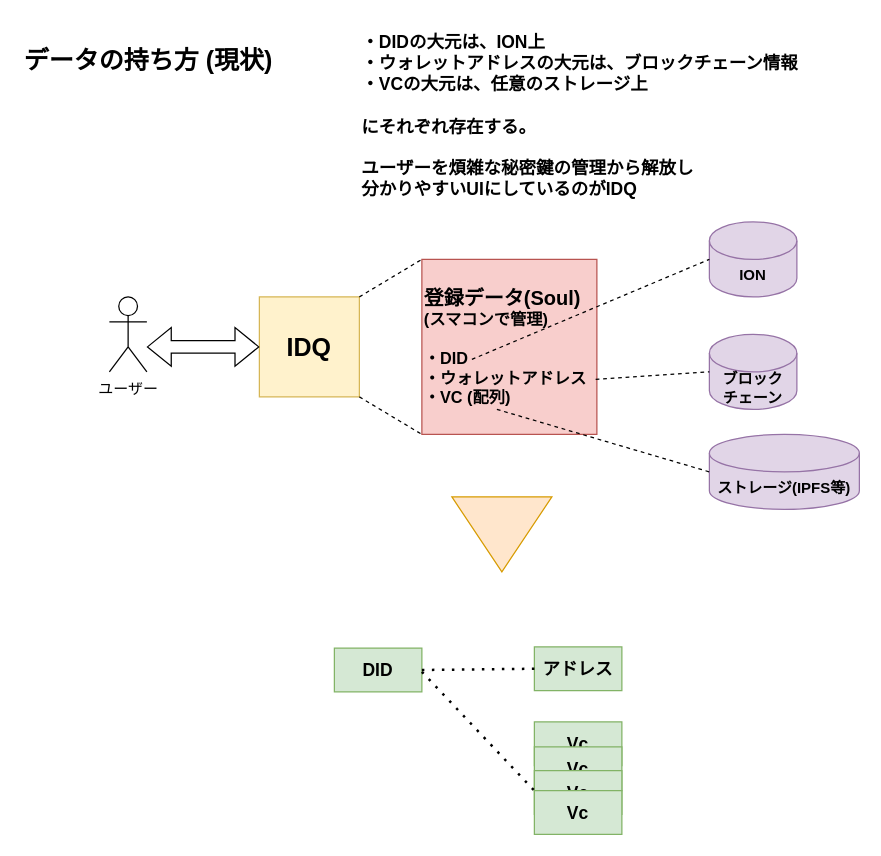
This is page "データの持ち方" (4 of 6) of assets/Web3Wallet.drawio from mashharuki/Web3Wallet, a draw.io file, before an edit. Source tidied: cells renumbered, new cells numbered last; positions are measured from the earlier drawing's top-left corner, leaving out a move shared by most shapes. Both pictures are drawn from the tidied source at 125%, with x=0, y=0 at pixel (21, 21).
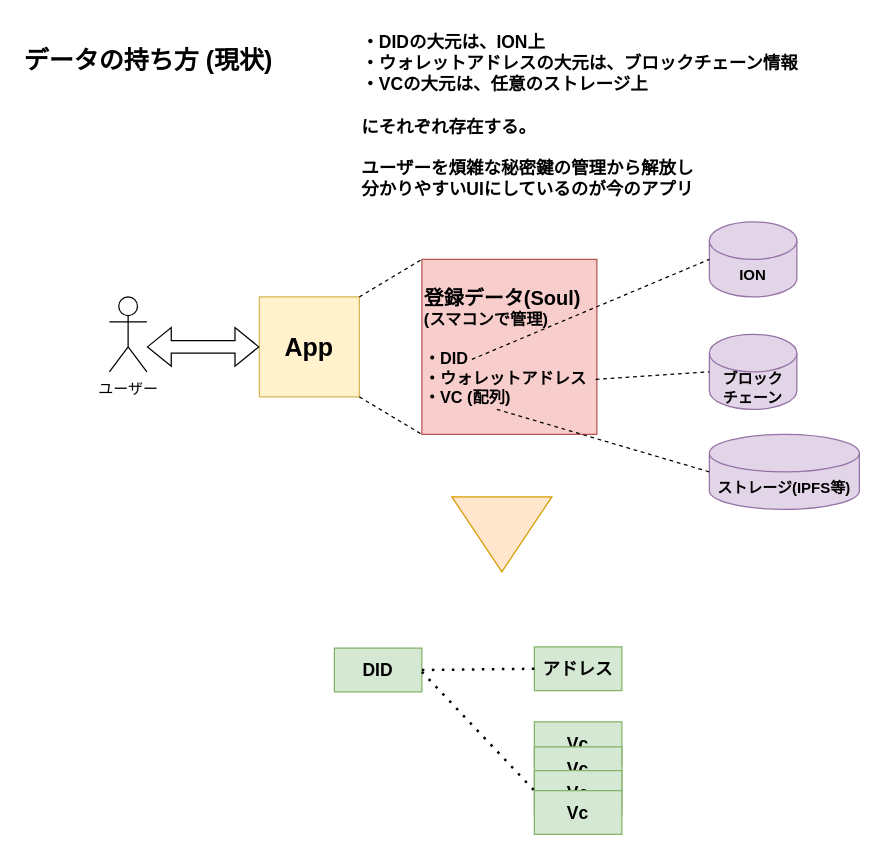
The same diagram, later.

Diff of the diagram source:
```diff
@@
-    <mxCell id="4" value="IDQ" style="whiteSpace=wrap;html=1;fontStyle=1;fontSize=20;fillColor=#fff2cc;strokeColor=#d6b656;" parent="1" vertex="1">
+    <mxCell id="4" value="App" style="whiteSpace=wrap;html=1;fontStyle=1;fontSize=20;fillColor=#fff2cc;strokeColor=#d6b656;" parent="1" vertex="1">
       <mxGeometry x="190" y="220" width="80" height="80" as="geometry" />
     </mxCell>
@@
-    <mxCell id="9" value="・DIDの大元は、ION上&lt;br style=&quot;font-size: 14px;&quot;&gt;・ウォレットアドレスの大元は、ブロックチェーン情報&lt;br style=&quot;font-size: 14px;&quot;&gt;・VCの大元は、任意のストレージ上&lt;br style=&quot;font-size: 14px;&quot;&gt;&lt;br style=&quot;font-size: 14px;&quot;&gt;にそれぞれ存在する。&lt;br style=&quot;font-size: 14px;&quot;&gt;&lt;br style=&quot;font-size: 14px;&quot;&gt;ユーザーを煩雑な秘密鍵の管理から解放し&lt;br style=&quot;font-size: 14px;&quot;&gt;分かりやすいUIにしているのがIDQ" style="text;html=1;strokeColor=none;fillColor=none;align=left;verticalAlign=middle;whiteSpace=wrap;rounded=0;fontStyle=1;fontSize=14;" parent="1" vertex="1">
+    <mxCell id="9" value="・DIDの大元は、ION上&lt;br style=&quot;font-size: 14px;&quot;&gt;・ウォレットアドレスの大元は、ブロックチェーン情報&lt;br style=&quot;font-size: 14px;&quot;&gt;・VCの大元は、任意のストレージ上&lt;br style=&quot;font-size: 14px;&quot;&gt;&lt;br style=&quot;font-size: 14px;&quot;&gt;にそれぞれ存在する。&lt;br style=&quot;font-size: 14px;&quot;&gt;&lt;br style=&quot;font-size: 14px;&quot;&gt;ユーザーを煩雑な秘密鍵の管理から解放し&lt;br style=&quot;font-size: 14px;&quot;&gt;分かりやすいUIにしているのが今のアプリ" style="text;html=1;strokeColor=none;fillColor=none;align=left;verticalAlign=middle;whiteSpace=wrap;rounded=0;fontStyle=1;fontSize=14;" parent="1" vertex="1">
       <mxGeometry x="270" y="60" width="400" height="30" as="geometry" />
     </mxCell>
```
